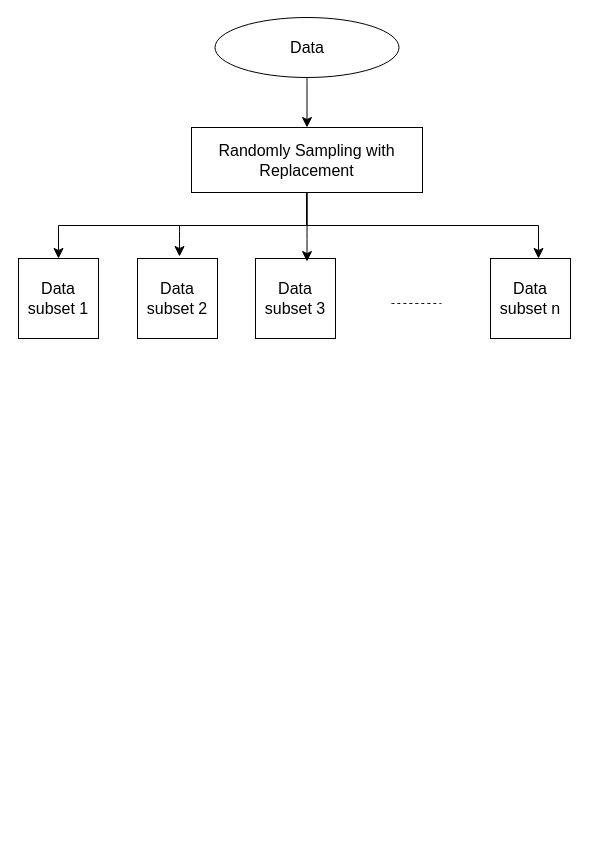
Above: Untitled Diagram.drawio in bekzod-amonov/Software-Engineering (draw.io), before the change. Source tidied: cells renumbered, new cells numbered last; positions are measured from the earlier drawing's top-left corner, leaving out a move shared by most shapes. Both pictures are drawn from the tidied source at 100%, with x=0, y=0 at pixel (18, 17).
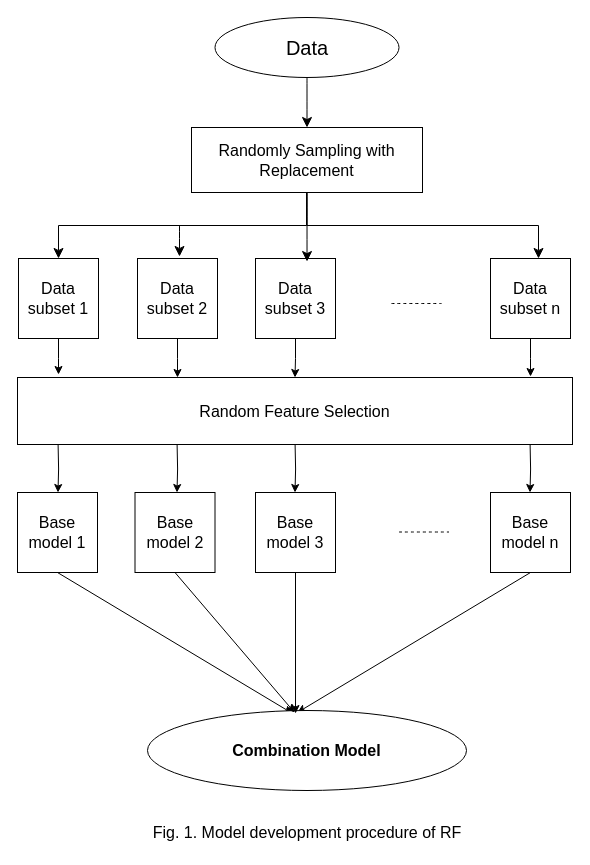
After the change.

Unchanged cells that the change refers to:
```xml
<mxCell id="5" value="Data subset 1" style="whiteSpace=wrap;html=1;fontSize=16;" parent="1" vertex="1">
  <mxGeometry y="241" width="80" height="80" as="geometry" />
</mxCell>
<mxCell id="6" value="Data subset 3" style="whiteSpace=wrap;html=1;fontSize=16;" parent="1" vertex="1">
  <mxGeometry x="237" y="241" width="80" height="80" as="geometry" />
</mxCell>
<mxCell id="7" value="Data subset 2" style="whiteSpace=wrap;html=1;fontSize=16;" parent="1" vertex="1">
  <mxGeometry x="119" y="241" width="80" height="80" as="geometry" />
</mxCell>
<mxCell id="8" value="Data subset n" style="whiteSpace=wrap;html=1;fontSize=16;" parent="1" vertex="1">
  <mxGeometry x="472" y="241" width="80" height="80" as="geometry" />
</mxCell>
```

The edit, as a diff of the source:
```diff
@@
-    <mxCell id="3" value="Data" style="ellipse;whiteSpace=wrap;html=1;fontSize=16;" parent="1" vertex="1">
+    <mxCell id="3" value="Data" style="ellipse;whiteSpace=wrap;html=1;fontSize=20;" parent="1" vertex="1">
       <mxGeometry x="196.5" width="184" height="60" as="geometry" />
     </mxCell>
@@
+    <mxCell id="15" style="edgeStyle=orthogonalEdgeStyle;rounded=0;jettySize=auto;html=1;entryX=0.5;entryY=0;entryDx=0;entryDy=0;" parent="1" edge="1" source="6" target="17">
+      <mxGeometry relative="1" as="geometry" />
+    </mxCell>
@@
+    <mxCell id="16" style="edgeStyle=orthogonalEdgeStyle;rounded=0;jettySize=auto;html=1;" parent="1" edge="1" source="8">
+      <mxGeometry relative="1" as="geometry">
+        <mxPoint x="512" y="359" as="targetPoint" />
+      </mxGeometry>
+    </mxCell>
@@
+    <mxCell id="17" value="Random Feature Selection" style="rounded=0;whiteSpace=wrap;html=1;fontSize=16;" parent="1" vertex="1">
+      <mxGeometry x="-1" y="360" width="555" height="67" as="geometry" />
+    </mxCell>
+    <mxCell id="18" style="edgeStyle=orthogonalEdgeStyle;rounded=0;jettySize=auto;html=1;" parent="1" edge="1" source="5">
+      <mxGeometry relative="1" as="geometry">
+        <mxPoint x="40" y="357" as="targetPoint" />
+      </mxGeometry>
+    </mxCell>
+    <mxCell id="19" style="edgeStyle=orthogonalEdgeStyle;rounded=0;jettySize=auto;html=1;" parent="1" edge="1" source="7">
+      <mxGeometry relative="1" as="geometry">
+        <mxPoint x="159" y="360" as="targetPoint" />
+      </mxGeometry>
+    </mxCell>
+    <mxCell id="20" style="rounded=0;jettySize=auto;html=1;entryX=0.455;entryY=0.038;entryDx=0;entryDy=0;entryPerimeter=0;exitX=0.5;exitY=1;exitDx=0;exitDy=0;" parent="1" edge="1" source="21" target="31">
+      <mxGeometry relative="1" as="geometry" />
+    </mxCell>
+    <mxCell id="21" value="Base model 1" style="whiteSpace=wrap;html=1;fontSize=16;" parent="1" vertex="1">
+      <mxGeometry x="-1" y="475" width="80" height="80" as="geometry" />
+    </mxCell>
+    <mxCell id="22" value="Base model 2" style="whiteSpace=wrap;html=1;fontSize=16;" parent="1" vertex="1">
+      <mxGeometry x="116.5" y="475" width="80" height="80" as="geometry" />
+    </mxCell>
+    <mxCell id="23" value="Base model 3" style="whiteSpace=wrap;html=1;fontSize=16;" parent="1" vertex="1">
+      <mxGeometry x="237" y="475" width="80" height="80" as="geometry" />
+    </mxCell>
+    <mxCell id="24" style="rounded=0;jettySize=auto;html=1;entryX=0.47;entryY=0.025;entryDx=0;entryDy=0;entryPerimeter=0;exitX=0.5;exitY=1;exitDx=0;exitDy=0;" parent="1" edge="1" source="25" target="31">
+      <mxGeometry relative="1" as="geometry" />
+    </mxCell>
+    <mxCell id="25" value="Base model n" style="whiteSpace=wrap;html=1;fontSize=16;" parent="1" vertex="1">
+      <mxGeometry x="472" y="475" width="80" height="80" as="geometry" />
+    </mxCell>
+    <mxCell id="26" style="edgeStyle=orthogonalEdgeStyle;rounded=0;orthogonalLoop=1;jettySize=auto;html=1;exitX=0.074;exitY=0.97;exitDx=0;exitDy=0;exitPerimeter=0;" parent="1" edge="1">
+      <mxGeometry relative="1" as="geometry">
+        <mxPoint x="39.6" y="427" as="sourcePoint" />
+        <mxPoint x="39.5" y="475" as="targetPoint" />
+      </mxGeometry>
+    </mxCell>
+    <mxCell id="27" style="edgeStyle=orthogonalEdgeStyle;rounded=0;orthogonalLoop=1;jettySize=auto;html=1;exitX=0.074;exitY=0.97;exitDx=0;exitDy=0;exitPerimeter=0;" parent="1" edge="1">
+      <mxGeometry relative="1" as="geometry">
+        <mxPoint x="158.6" y="427" as="sourcePoint" />
+        <mxPoint x="158.5" y="475" as="targetPoint" />
+      </mxGeometry>
+    </mxCell>
+    <mxCell id="28" style="edgeStyle=orthogonalEdgeStyle;rounded=0;orthogonalLoop=1;jettySize=auto;html=1;exitX=0.074;exitY=0.97;exitDx=0;exitDy=0;exitPerimeter=0;" parent="1" edge="1">
+      <mxGeometry relative="1" as="geometry">
+        <mxPoint x="276.6" y="427" as="sourcePoint" />
+        <mxPoint x="276.5" y="475" as="targetPoint" />
+      </mxGeometry>
+    </mxCell>
+    <mxCell id="29" style="edgeStyle=orthogonalEdgeStyle;rounded=0;orthogonalLoop=1;jettySize=auto;html=1;exitX=0.074;exitY=0.97;exitDx=0;exitDy=0;exitPerimeter=0;" parent="1" edge="1">
+      <mxGeometry relative="1" as="geometry">
+        <mxPoint x="511.6" y="427" as="sourcePoint" />
+        <mxPoint x="511.5" y="475" as="targetPoint" />
+      </mxGeometry>
+    </mxCell>
+    <mxCell id="30" style="endArrow=none;dashed=1;html=1;rounded=0;fontSize=12;startSize=8;endSize=8;curved=1;" parent="1" edge="1">
+      <mxGeometry relative="1" as="geometry">
+        <mxPoint x="380.5" y="514.5" as="sourcePoint" />
+        <mxPoint x="430.5" y="514.5" as="targetPoint" />
+      </mxGeometry>
+    </mxCell>
+    <mxCell id="31" value="Combination Model" style="ellipse;whiteSpace=wrap;html=1;fontStyle=1;fontSize=16;" parent="1" vertex="1">
+      <mxGeometry x="129" y="693" width="319" height="80" as="geometry" />
+    </mxCell>
+    <mxCell id="32" style="rounded=0;jettySize=auto;html=1;entryX=0.461;entryY=0.025;entryDx=0;entryDy=0;entryPerimeter=0;exitX=0.5;exitY=1;exitDx=0;exitDy=0;" parent="1" edge="1" source="22" target="31">
+      <mxGeometry relative="1" as="geometry" />
+    </mxCell>
+    <mxCell id="33" style="rounded=0;jettySize=auto;html=1;entryX=0.464;entryY=0.038;entryDx=0;entryDy=0;entryPerimeter=0;" parent="1" edge="1" source="23" target="31">
+      <mxGeometry relative="1" as="geometry" />
+    </mxCell>
+    <mxCell id="34" value="Fig. 1. Model development procedure of RF" style="text;html=1;align=center;verticalAlign=middle;whiteSpace=wrap;rounded=0;fontSize=16;" parent="1" vertex="1">
+      <mxGeometry x="113.5" y="800" width="350" height="30" as="geometry" />
+    </mxCell>
```
